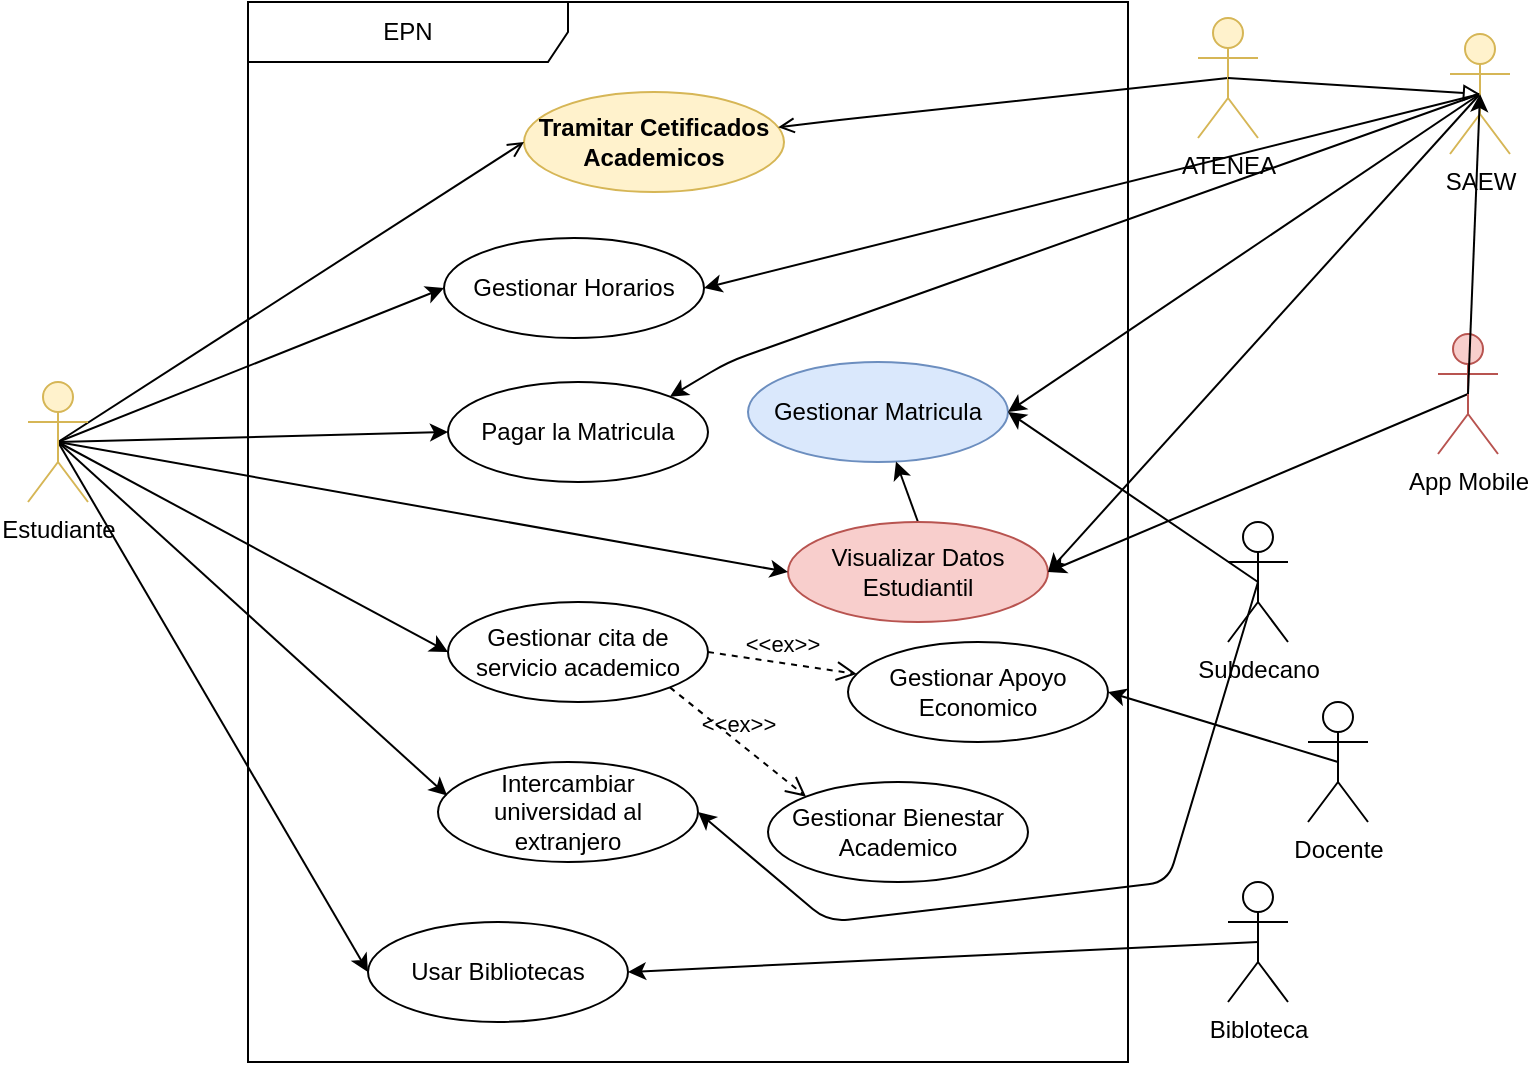
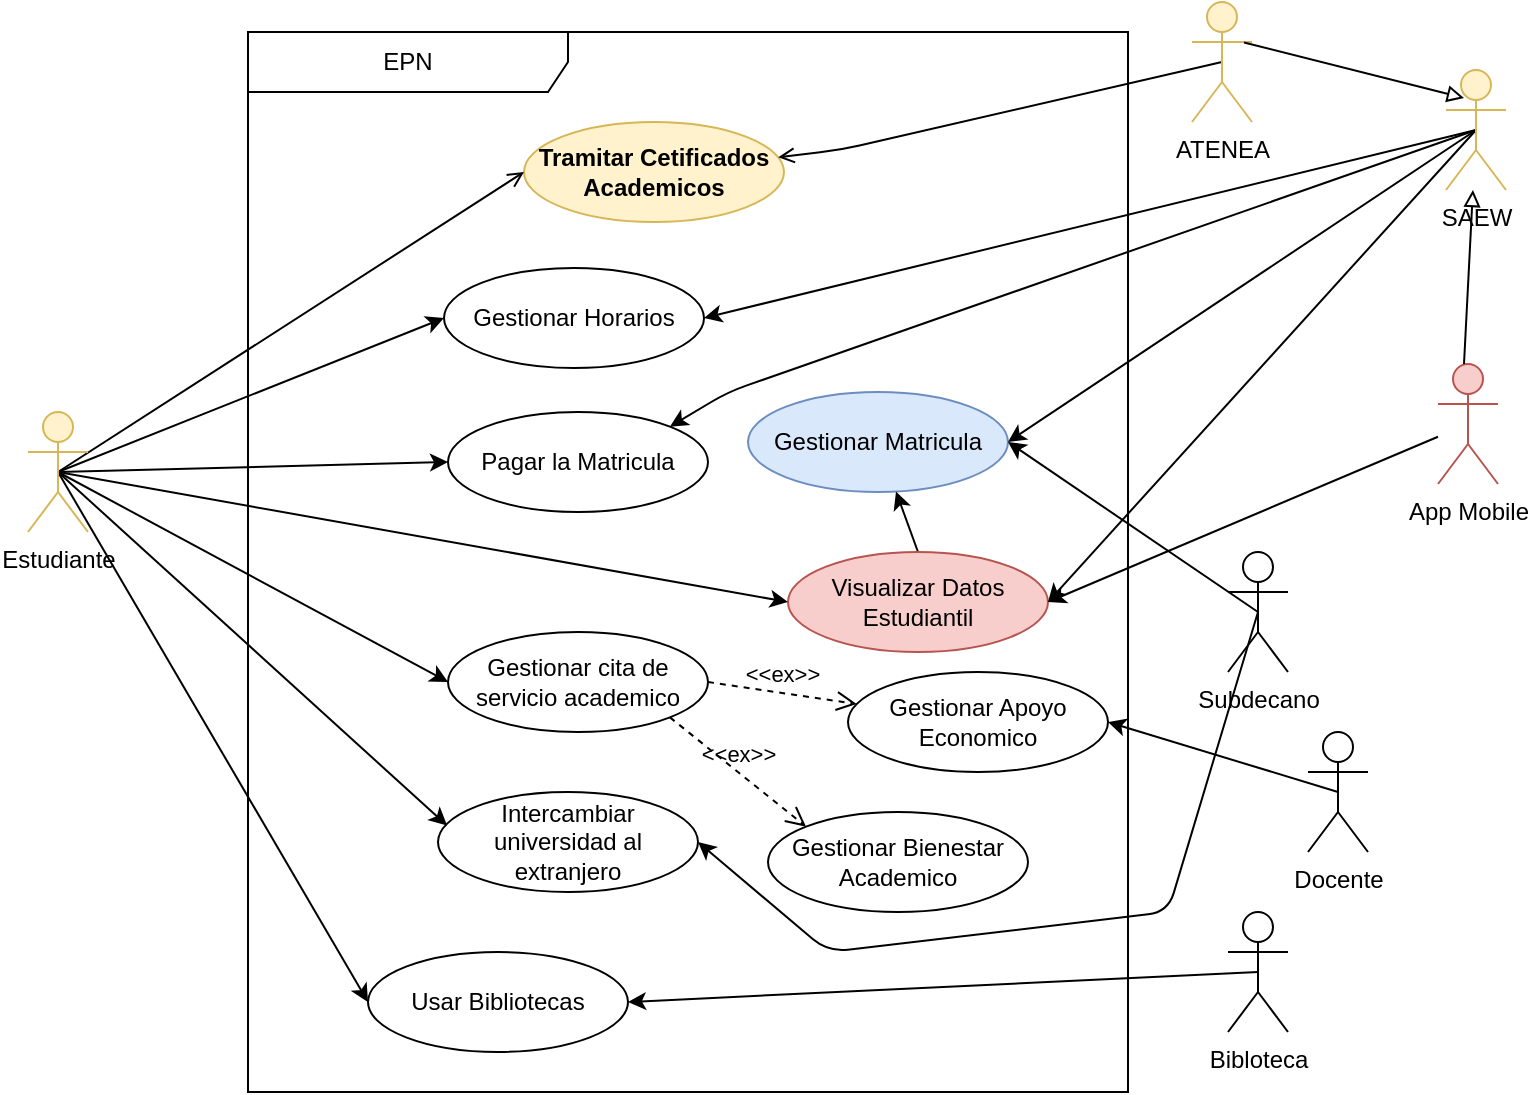
<mxfile host="65bd71144e">
    <diagram id="oPQ3cQQ1IY1K6qry4W1f" name="Page-1">
-         <mxGraphModel dx="1175" dy="536" grid="0" gridSize="10" guides="1" tooltips="1" connect="1" arrows="1" fold="1" page="1" pageScale="1" pageWidth="850" pageHeight="1100" math="0" shadow="0">
+         <mxGraphModel dx="309" dy="187" grid="0" gridSize="10" guides="1" tooltips="1" connect="1" arrows="1" fold="1" page="1" pageScale="1" pageWidth="850" pageHeight="1100" math="0" shadow="0">
            <root>
                <mxCell id="0"/>
                <mxCell id="1" parent="0"/>
                <mxCell id="2" value="EPN" style="shape=umlFrame;whiteSpace=wrap;html=1;pointerEvents=0;recursiveResize=0;container=1;collapsible=0;width=160;" parent="1" vertex="1">
                    <mxGeometry x="200" y="60" width="440" height="530" as="geometry"/>
                </mxCell>
                <mxCell id="4" value="Tramitar Cetificados Academicos" style="ellipse;html=1;whiteSpace=wrap;fillColor=#fff2cc;strokeColor=#d6b656;fontStyle=1" parent="2" vertex="1">
                    <mxGeometry x="138" y="45" width="130" height="50" as="geometry"/>
                </mxCell>
                <mxCell id="5" value="Pagar la Matricula" style="ellipse;html=1;whiteSpace=wrap;" parent="2" vertex="1">
                    <mxGeometry x="100" y="190" width="130" height="50" as="geometry"/>
                </mxCell>
                <mxCell id="6" value="Gestionar cita de servicio academico&lt;span style=&quot;font-family: monospace; font-size: 0px; text-align: start; white-space: nowrap;&quot;&gt;%3CmxGraphModel%3E%3Croot%3E%3CmxCell%20id%3D%220%22%2F%3E%3CmxCell%20id%3D%221%22%20parent%3D%220%22%2F%3E%3CmxCell%20id%3D%222%22%20value%3D%22Consultar%20Servicios%20Estudiantiles%22%20style%3D%22ellipse%3Bhtml%3D1%3BwhiteSpace%3Dwrap%3B%22%20vertex%3D%221%22%20parent%3D%221%22%3E%3CmxGeometry%20x%3D%22300%22%20y%3D%22250%22%20width%3D%22130%22%20height%3D%2250%22%20as%3D%22geometry%22%2F%3E%3C%2FmxCell%3E%3C%2Froot%3E%3C%2FmxGraphModel%3E&lt;/span&gt;&lt;span style=&quot;font-family: monospace; font-size: 0px; text-align: start; white-space: nowrap;&quot;&gt;%3CmxGraphModel%3E%3Croot%3E%3CmxCell%20id%3D%220%22%2F%3E%3CmxCell%20id%3D%221%22%20parent%3D%220%22%2F%3E%3CmxCell%20id%3D%222%22%20value%3D%22Consultar%20Servicios%20Estudiantiles%22%20style%3D%22ellipse%3Bhtml%3D1%3BwhiteSpace%3Dwrap%3B%22%20vertex%3D%221%22%20parent%3D%221%22%3E%3CmxGeometry%20x%3D%22300%22%20y%3D%22250%22%20width%3D%22130%22%20height%3D%2250%22%20as%3D%22geometry%22%2F%3E%3C%2FmxCell%3E%3C%2Froot%3E%3C%2FmxGraphModel%3E&lt;/span&gt;" style="ellipse;html=1;whiteSpace=wrap;" parent="2" vertex="1">
                    <mxGeometry x="100" y="300" width="130" height="50" as="geometry"/>
                </mxCell>
                <mxCell id="7" value="Intercambiar universidad al extranjero" style="ellipse;html=1;whiteSpace=wrap;" parent="2" vertex="1">
                    <mxGeometry x="95" y="380" width="130" height="50" as="geometry"/>
                </mxCell>
                <mxCell id="8" value="Usar Bibliotecas" style="ellipse;html=1;whiteSpace=wrap;" parent="2" vertex="1">
                    <mxGeometry x="60" y="460" width="130" height="50" as="geometry"/>
                </mxCell>
                <mxCell id="14" value="Gestionar Horarios" style="ellipse;html=1;whiteSpace=wrap;" parent="2" vertex="1">
                    <mxGeometry x="98" y="118" width="130" height="50" as="geometry"/>
                </mxCell>
                <mxCell id="16" value="Gestionar Matricula" style="ellipse;html=1;whiteSpace=wrap;fillColor=#dae8fc;strokeColor=#6c8ebf;" parent="2" vertex="1">
                    <mxGeometry x="250" y="180" width="130" height="50" as="geometry"/>
                </mxCell>
                <mxCell id="19" style="edgeStyle=none;html=1;exitX=0.5;exitY=0;exitDx=0;exitDy=0;" parent="2" source="17" target="16" edge="1">
                    <mxGeometry relative="1" as="geometry"/>
                </mxCell>
                <mxCell id="17" value="Visualizar Datos Estudiantil" style="ellipse;html=1;whiteSpace=wrap;fillColor=#f8cecc;strokeColor=#b85450;" parent="2" vertex="1">
                    <mxGeometry x="270" y="260" width="130" height="50" as="geometry"/>
                </mxCell>
                <mxCell id="20" value="Gestionar Bienestar Academico" style="ellipse;html=1;whiteSpace=wrap;" parent="2" vertex="1">
                    <mxGeometry x="260" y="390" width="130" height="50" as="geometry"/>
                </mxCell>
                <mxCell id="21" value="Gestionar Apoyo Economico" style="ellipse;html=1;whiteSpace=wrap;" parent="2" vertex="1">
                    <mxGeometry x="300" y="320" width="130" height="50" as="geometry"/>
                </mxCell>
                <mxCell id="22" value="&amp;lt;&amp;lt;ex&amp;gt;&amp;gt;" style="endArrow=open;startArrow=none;endFill=0;startFill=0;endSize=8;html=1;verticalAlign=bottom;dashed=1;labelBackgroundColor=none;exitX=1;exitY=1;exitDx=0;exitDy=0;entryX=0;entryY=0;entryDx=0;entryDy=0;" parent="2" source="6" target="20" edge="1">
                    <mxGeometry width="160" relative="1" as="geometry">
                        <mxPoint x="230" y="360" as="sourcePoint"/>
                        <mxPoint x="390" y="360" as="targetPoint"/>
                    </mxGeometry>
                </mxCell>
                <mxCell id="23" value="&amp;lt;&amp;lt;ex&amp;gt;&amp;gt;" style="endArrow=open;startArrow=none;endFill=0;startFill=0;endSize=8;html=1;verticalAlign=bottom;dashed=1;labelBackgroundColor=none;exitX=1;exitY=0.5;exitDx=0;exitDy=0;" parent="2" source="6" target="21" edge="1">
                    <mxGeometry width="160" relative="1" as="geometry">
                        <mxPoint x="221" y="353" as="sourcePoint"/>
                        <mxPoint x="289" y="407" as="targetPoint"/>
                    </mxGeometry>
                </mxCell>
                <mxCell id="9" style="edgeStyle=none;html=1;exitX=0.5;exitY=0.5;exitDx=0;exitDy=0;exitPerimeter=0;entryX=0;entryY=0.5;entryDx=0;entryDy=0;endArrow=open;endFill=0;" parent="1" source="3" target="4" edge="1">
                    <mxGeometry relative="1" as="geometry"/>
                </mxCell>
                <mxCell id="10" style="edgeStyle=none;html=1;exitX=0.5;exitY=0.5;exitDx=0;exitDy=0;exitPerimeter=0;entryX=0;entryY=0.5;entryDx=0;entryDy=0;" parent="1" source="3" target="5" edge="1">
                    <mxGeometry relative="1" as="geometry"/>
                </mxCell>
                <mxCell id="11" style="edgeStyle=none;html=1;exitX=0.5;exitY=0.5;exitDx=0;exitDy=0;exitPerimeter=0;entryX=0;entryY=0.5;entryDx=0;entryDy=0;" parent="1" source="3" target="6" edge="1">
                    <mxGeometry relative="1" as="geometry"/>
                </mxCell>
                <mxCell id="12" style="edgeStyle=none;html=1;exitX=0.5;exitY=0.5;exitDx=0;exitDy=0;exitPerimeter=0;entryX=0.035;entryY=0.336;entryDx=0;entryDy=0;entryPerimeter=0;" parent="1" source="3" target="7" edge="1">
                    <mxGeometry relative="1" as="geometry"/>
                </mxCell>
                <mxCell id="13" style="edgeStyle=none;html=1;exitX=0.5;exitY=0.5;exitDx=0;exitDy=0;exitPerimeter=0;entryX=0;entryY=0.5;entryDx=0;entryDy=0;" parent="1" source="3" target="8" edge="1">
                    <mxGeometry relative="1" as="geometry"/>
                </mxCell>
                <mxCell id="15" style="edgeStyle=none;html=1;exitX=0.5;exitY=0.5;exitDx=0;exitDy=0;exitPerimeter=0;entryX=0;entryY=0.5;entryDx=0;entryDy=0;" parent="1" source="3" target="14" edge="1">
                    <mxGeometry relative="1" as="geometry"/>
                </mxCell>
                <mxCell id="18" style="edgeStyle=none;html=1;exitX=0.5;exitY=0.5;exitDx=0;exitDy=0;exitPerimeter=0;entryX=0;entryY=0.5;entryDx=0;entryDy=0;" parent="1" source="3" target="17" edge="1">
                    <mxGeometry relative="1" as="geometry"/>
                </mxCell>
                <mxCell id="3" value="Estudiante" style="shape=umlActor;verticalLabelPosition=bottom;verticalAlign=top;html=1;fillColor=#fff2cc;strokeColor=#d6b656;" parent="1" vertex="1">
                    <mxGeometry x="90" y="250" width="30" height="60" as="geometry"/>
                </mxCell>
                <mxCell id="41" style="edgeStyle=none;html=1;exitX=0.5;exitY=0.5;exitDx=0;exitDy=0;exitPerimeter=0;entryX=1;entryY=0.5;entryDx=0;entryDy=0;" parent="1" source="24" target="14" edge="1">
                    <mxGeometry relative="1" as="geometry"/>
                </mxCell>
                <mxCell id="42" style="edgeStyle=none;html=1;exitX=0.5;exitY=0.5;exitDx=0;exitDy=0;exitPerimeter=0;entryX=1;entryY=0.5;entryDx=0;entryDy=0;" parent="1" source="24" target="16" edge="1">
                    <mxGeometry relative="1" as="geometry"/>
                </mxCell>
                <mxCell id="43" style="edgeStyle=none;html=1;exitX=0.5;exitY=0.5;exitDx=0;exitDy=0;exitPerimeter=0;entryX=1;entryY=0.5;entryDx=0;entryDy=0;" parent="1" source="24" target="17" edge="1">
                    <mxGeometry relative="1" as="geometry"/>
                </mxCell>
                <mxCell id="44" style="edgeStyle=none;html=1;exitX=0.5;exitY=0.5;exitDx=0;exitDy=0;exitPerimeter=0;entryX=1;entryY=0;entryDx=0;entryDy=0;" parent="1" source="24" target="5" edge="1">
                    <mxGeometry relative="1" as="geometry">
                        <Array as="points">
                            <mxPoint x="440" y="240"/>
                        </Array>
                    </mxGeometry>
                </mxCell>
                <mxCell id="24" value="SAEW&lt;span style=&quot;font-family: monospace; font-size: 0px; text-align: start;&quot;&gt;%3CmxGraphModel%3E%3Croot%3E%3CmxCell%20id%3D%220%22%2F%3E%3CmxCell%20id%3D%221%22%20parent%3D%220%22%2F%3E%3CmxCell%20id%3D%222%22%20value%3D%22ATENEA%22%20style%3D%22shape%3DumlActor%3BverticalLabelPosition%3Dbottom%3BverticalAlign%3Dtop%3Bhtml%3D1%3B%22%20vertex%3D%221%22%20parent%3D%221%22%3E%3CmxGeometry%20x%3D%22700%22%20y%3D%2270%22%20width%3D%2230%22%20height%3D%2260%22%20as%3D%22geometry%22%2F%3E%3C%2FmxCell%3E%3C%2Froot%3E%3C%2FmxGraphModel%3E&lt;/span&gt;" style="shape=umlActor;verticalLabelPosition=bottom;verticalAlign=top;html=1;fillColor=#fff2cc;strokeColor=#d6b656;" parent="1" vertex="1">
-                     <mxGeometry x="801" y="76" width="30" height="60" as="geometry"/>
+                     <mxGeometry x="799" y="79" width="30" height="60" as="geometry"/>
                </mxCell>
                <mxCell id="40" style="edgeStyle=none;html=1;exitX=0.5;exitY=0.5;exitDx=0;exitDy=0;exitPerimeter=0;endArrow=open;endFill=0;" parent="1" source="25" target="4" edge="1">
                    <mxGeometry relative="1" as="geometry">
                        <Array as="points">
                            <mxPoint x="496" y="119"/>
                        </Array>
                    </mxGeometry>
                </mxCell>
                <mxCell id="25" value="ATENEA" style="shape=umlActor;verticalLabelPosition=bottom;verticalAlign=top;html=1;fillColor=#fff2cc;strokeColor=#d6b656;" parent="1" vertex="1">
-                     <mxGeometry x="675" y="68" width="30" height="60" as="geometry"/>
+                     <mxGeometry x="672" y="45" width="30" height="60" as="geometry"/>
                </mxCell>
-                 <mxCell id="37" style="edgeStyle=none;html=1;exitX=0.5;exitY=0.5;exitDx=0;exitDy=0;exitPerimeter=0;entryX=1;entryY=0.5;entryDx=0;entryDy=0;" parent="1" source="26" target="17" edge="1">
+                 <mxCell id="37" style="edgeStyle=none;html=1;entryX=1;entryY=0.5;entryDx=0;entryDy=0;" parent="1" source="26" target="17" edge="1">
                    <mxGeometry relative="1" as="geometry"/>
                </mxCell>
                <mxCell id="26" value="App Mobile&lt;span style=&quot;font-family: monospace; font-size: 0px; text-align: start;&quot;&gt;%3CmxGraphModel%3E%3Croot%3E%3CmxCell%20id%3D%220%22%2F%3E%3CmxCell%20id%3D%221%22%20parent%3D%220%22%2F%3E%3CmxCell%20id%3D%222%22%20value%3D%22SAEW%26lt%3Bspan%20style%3D%26quot%3Bfont-family%3A%20monospace%3B%20font-size%3A%200px%3B%20text-align%3A%20start%3B%26quot%3B%26gt%3B%253CmxGraphModel%253E%253Croot%253E%253CmxCell%2520id%253D%25220%2522%252F%253E%253CmxCell%2520id%253D%25221%2522%2520parent%253D%25220%2522%252F%253E%253CmxCell%2520id%253D%25222%2522%2520value%253D%2522ATENEA%2522%2520style%253D%2522shape%253DumlActor%253BverticalLabelPosition%253Dbottom%253BverticalAlign%253Dtop%253Bhtml%253D1%253B%2522%2520vertex%253D%25221%2522%2520parent%253D%25221%2522%253E%253CmxGeometry%2520x%253D%2522700%2522%2520y%253D%252270%2522%2520width%253D%252230%2522%2520height%253D%252260%2522%2520as%253D%2522geometry%2522%252F%253E%253C%252FmxCell%253E%253C%252Froot%253E%253C%252FmxGraphModel%253E%26lt%3B%2Fspan%26gt%3B%22%20style%3D%22shape%3DumlActor%3BverticalLabelPosition%3Dbottom%3BverticalAlign%3Dtop%3Bhtml%3D1%3B%22%20vertex%3D%221%22%20parent%3D%221%22%3E%3CmxGeometry%20x%3D%22730%22%20y%3D%22190%22%20width%3D%2230%22%20height%3D%2260%22%20as%3D%22geometry%22%2F%3E%3C%2FmxCell%3E%3C%2Froot%3E%3C%2FmxGraphModel%3E&lt;/span&gt;" style="shape=umlActor;verticalLabelPosition=bottom;verticalAlign=top;html=1;fillColor=#f8cecc;strokeColor=#b85450;" parent="1" vertex="1">
                    <mxGeometry x="795" y="226" width="30" height="60" as="geometry"/>
                </mxCell>
                <mxCell id="34" style="edgeStyle=none;html=1;entryX=1;entryY=0.5;entryDx=0;entryDy=0;exitX=0.5;exitY=0.5;exitDx=0;exitDy=0;exitPerimeter=0;" parent="1" source="27" target="21" edge="1">
                    <mxGeometry relative="1" as="geometry">
                        <mxPoint x="660" y="490" as="sourcePoint"/>
                    </mxGeometry>
                </mxCell>
                <mxCell id="27" value="Docente" style="shape=umlActor;verticalLabelPosition=bottom;verticalAlign=top;html=1;" parent="1" vertex="1">
                    <mxGeometry x="730" y="410" width="30" height="60" as="geometry"/>
                </mxCell>
                <mxCell id="35" style="edgeStyle=none;html=1;exitX=0.5;exitY=0.5;exitDx=0;exitDy=0;exitPerimeter=0;entryX=1;entryY=0.5;entryDx=0;entryDy=0;" parent="1" source="28" target="7" edge="1">
                    <mxGeometry relative="1" as="geometry">
                        <Array as="points">
                            <mxPoint x="660" y="500"/>
                            <mxPoint x="490" y="520"/>
                        </Array>
                    </mxGeometry>
                </mxCell>
                <mxCell id="36" style="edgeStyle=none;html=1;exitX=0.5;exitY=0.5;exitDx=0;exitDy=0;exitPerimeter=0;entryX=1;entryY=0.5;entryDx=0;entryDy=0;" parent="1" source="28" target="16" edge="1">
                    <mxGeometry relative="1" as="geometry"/>
                </mxCell>
                <mxCell id="28" value="Subdecano&lt;span style=&quot;font-family: monospace; font-size: 0px; text-align: start;&quot;&gt;%3CmxGraphModel%3E%3Croot%3E%3CmxCell%20id%3D%220%22%2F%3E%3CmxCell%20id%3D%221%22%20parent%3D%220%22%2F%3E%3CmxCell%20id%3D%222%22%20value%3D%22App%20Mobile%26lt%3Bspan%20style%3D%26quot%3Bfont-family%3A%20monospace%3B%20font-size%3A%200px%3B%20text-align%3A%20start%3B%26quot%3B%26gt%3B%253CmxGraphModel%253E%253Croot%253E%253CmxCell%2520id%253D%25220%2522%252F%253E%253CmxCell%2520id%253D%25221%2522%2520parent%253D%25220%2522%252F%253E%253CmxCell%2520id%253D%25222%2522%2520value%253D%2522SAEW%2526lt%253Bspan%2520style%253D%2526quot%253Bfont-family%253A%2520monospace%253B%2520font-size%253A%25200px%253B%2520text-align%253A%2520start%253B%2526quot%253B%2526gt%253B%25253CmxGraphModel%25253E%25253Croot%25253E%25253CmxCell%252520id%25253D%2525220%252522%25252F%25253E%25253CmxCell%252520id%25253D%2525221%252522%252520parent%25253D%2525220%252522%25252F%25253E%25253CmxCell%252520id%25253D%2525222%252522%252520value%25253D%252522ATENEA%252522%252520style%25253D%252522shape%25253DumlActor%25253BverticalLabelPosition%25253Dbottom%25253BverticalAlign%25253Dtop%25253Bhtml%25253D1%25253B%252522%252520vertex%25253D%2525221%252522%252520parent%25253D%2525221%252522%25253E%25253CmxGeometry%252520x%25253D%252522700%252522%252520y%25253D%25252270%252522%252520width%25253D%25252230%252522%252520height%25253D%25252260%252522%252520as%25253D%252522geometry%252522%25252F%25253E%25253C%25252FmxCell%25253E%25253C%25252Froot%25253E%25253C%25252FmxGraphModel%25253E%2526lt%253B%252Fspan%2526gt%253B%2522%2520style%253D%2522shape%253DumlActor%253BverticalLabelPosition%253Dbottom%253BverticalAlign%253Dtop%253Bhtml%253D1%253B%2522%2520vertex%253D%25221%2522%2520parent%253D%25221%2522%253E%253CmxGeometry%2520x%253D%2522730%2522%2520y%253D%2522190%2522%2520width%253D%252230%2522%2520height%253D%252260%2522%2520as%253D%2522geometry%2522%252F%253E%253C%252FmxCell%253E%253C%252Froot%253E%253C%252FmxGraphModel%253E%26lt%3B%2Fspan%26gt%3B%22%20style%3D%22shape%3DumlActor%3BverticalLabelPosition%3Dbottom%3BverticalAlign%3Dtop%3Bhtml%3D1%3B%22%20vertex%3D%221%22%20parent%3D%221%22%3E%3CmxGeometry%20x%3D%22760%22%20y%3D%22295%22%20width%3D%2230%22%20height%3D%2260%22%20as%3D%22geometry%22%2F%3E%3C%2FmxCell%3E%3C%2Froot%3E%3C%2FmxGraphModel%3E&lt;/span&gt;" style="shape=umlActor;verticalLabelPosition=bottom;verticalAlign=top;html=1;" parent="1" vertex="1">
                    <mxGeometry x="690" y="320" width="30" height="60" as="geometry"/>
                </mxCell>
                <mxCell id="33" style="edgeStyle=none;html=1;exitX=0.5;exitY=0.5;exitDx=0;exitDy=0;exitPerimeter=0;entryX=1;entryY=0.5;entryDx=0;entryDy=0;" parent="1" source="32" target="8" edge="1">
                    <mxGeometry relative="1" as="geometry"/>
                </mxCell>
                <mxCell id="32" value="Bibloteca" style="shape=umlActor;verticalLabelPosition=bottom;verticalAlign=top;html=1;" parent="1" vertex="1">
                    <mxGeometry x="690" y="500" width="30" height="60" as="geometry"/>
                </mxCell>
-                 <mxCell id="38" style="edgeStyle=none;html=1;exitX=0.5;exitY=0.5;exitDx=0;exitDy=0;exitPerimeter=0;entryX=0.5;entryY=0.5;entryDx=0;entryDy=0;entryPerimeter=0;" parent="1" source="26" target="24" edge="1">
-                     <mxGeometry relative="1" as="geometry"/>
+                 <mxCell id="39" style="edgeStyle=none;html=1;exitX=0.867;exitY=0.337;exitDx=0;exitDy=0;exitPerimeter=0;entryX=0.5;entryY=0.5;entryDx=0;entryDy=0;entryPerimeter=0;endArrow=block;endFill=0;" parent="1" source="25" edge="1">
+                     <mxGeometry relative="1" as="geometry">
+                         <mxPoint x="682" y="85" as="sourcePoint"/>
+                         <mxPoint x="808" y="93" as="targetPoint"/>
+                     </mxGeometry>
                </mxCell>
-                 <mxCell id="39" style="edgeStyle=none;html=1;exitX=0.5;exitY=0.5;exitDx=0;exitDy=0;exitPerimeter=0;entryX=0.5;entryY=0.5;entryDx=0;entryDy=0;entryPerimeter=0;endArrow=block;endFill=0;" parent="1" source="25" target="24" edge="1">
-                     <mxGeometry relative="1" as="geometry"/>
+                 <mxCell id="48" style="edgeStyle=none;html=1;exitX=0.867;exitY=0.337;exitDx=0;exitDy=0;exitPerimeter=0;endArrow=block;endFill=0;" edge="1" parent="1" target="24">
+                     <mxGeometry relative="1" as="geometry">
+                         <mxPoint x="808" y="226" as="sourcePoint"/>
+                         <mxPoint x="918" y="254" as="targetPoint"/>
+                     </mxGeometry>
                </mxCell>
            </root>
        </mxGraphModel>
    </diagram>
</mxfile>